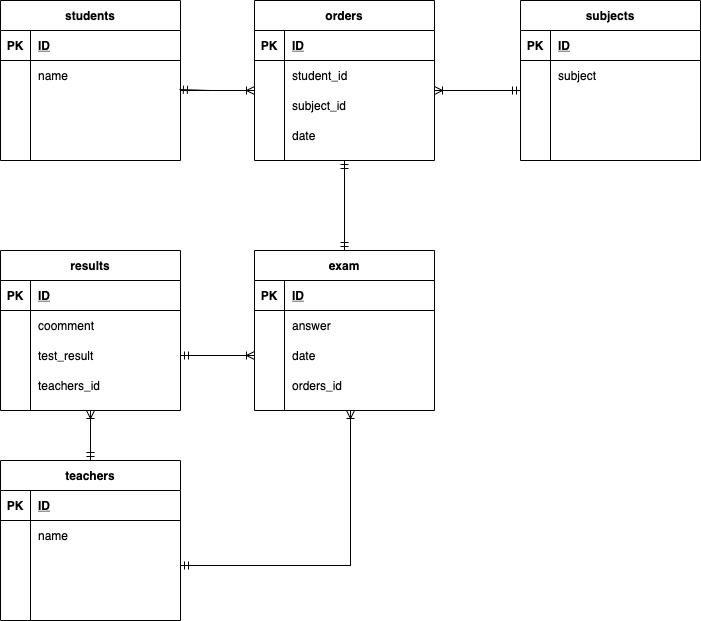
Above: index.drawio.png in sakakurahayato/2021-11-17 (draw.io), before the change. Source tidied: cells renumbered, new cells last; positions are measured from the earlier drawing's top-left corner, leaving out a move shared by most shapes.
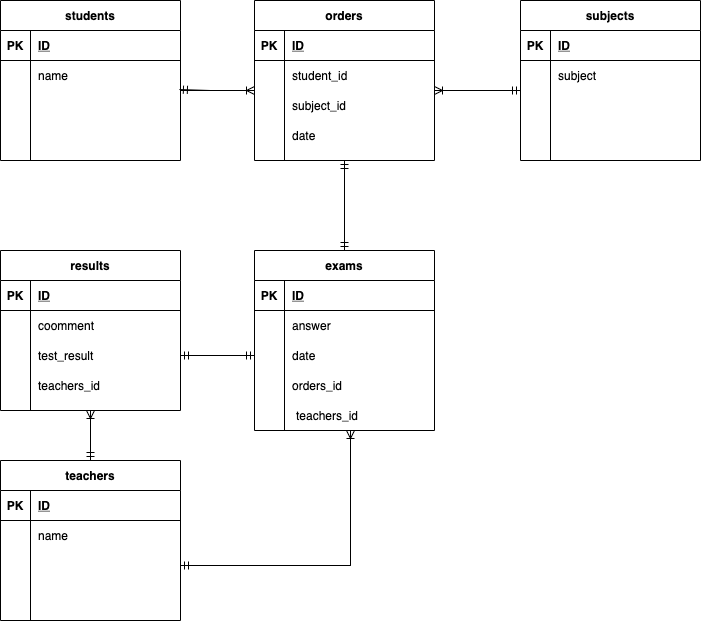
After the commit.

Commit message:
rire-tion

Diff of the diagram source:
```diff
@@ -80,8 +80,8 @@
     <mxCell id="27" value="teachers_id" style="shape=partialRectangle;fillColor=none;top=0;left=0;bottom=0;right=0;align=left;spacingLeft=6;overflow=hidden;" parent="25" vertex="1">
       <mxGeometry x="30" width="150" height="30" as="geometry" />
     </mxCell>
-    <mxCell id="28" value="exam" style="shape=table;startSize=30;rowLines=0;fontStyle=1;align=center;" parent="1" vertex="1">
-      <mxGeometry x="254" y="250" width="180" height="160" as="geometry" />
+    <mxCell id="28" value="exams" style="shape=table;startSize=30;rowLines=0;fontStyle=1;align=center;" parent="1" vertex="1">
+      <mxGeometry x="254" y="250" width="180" height="180" as="geometry" />
     </mxCell>
     <mxCell id="29" style="shape=partialRectangle;fillColor=none;top=0;left=0;bottom=1;right=0;" parent="28" vertex="1">
       <mxGeometry y="30" width="180" height="30" as="geometry" />
@@ -270,12 +270,12 @@
     </mxCell>
     <mxCell id="84" style="endArrow=ERoneToMany;html=1;rounded=0;exitX=1;exitY=0.5;exitDx=0;exitDy=0;endFill=0;edgeStyle=orthogonalEdgeStyle;" parent="1" edge="1" source="62">
       <mxGeometry relative="1" as="geometry">
-        <mxPoint x="350" y="410" as="targetPoint" />
+        <mxPoint x="350" y="430" as="targetPoint" />
       </mxGeometry>
     </mxCell>
     <mxCell id="85" style="endArrow=ERmandOne;html=1;rounded=0;entryX=1;entryY=0.5;entryDx=0;entryDy=0;endFill=0;edgeStyle=orthogonalEdgeStyle;" parent="1" edge="1" target="62">
       <mxGeometry relative="1" as="geometry">
-        <mxPoint x="350" y="410" as="sourcePoint" />
+        <mxPoint x="350" y="430" as="sourcePoint" />
       </mxGeometry>
     </mxCell>
     <mxCell id="86" style="endArrow=ERmandOne;html=1;rounded=0;endFill=0;entryX=0.994;entryY=-0.033;entryDx=0;entryDy=0;entryPerimeter=0;" parent="1" edge="1" target="9">
@@ -306,10 +306,13 @@
     <mxCell id="90" style="endArrow=ERmandOne;html=1;rounded=0;entryX=1;entryY=0.5;entryDx=0;entryDy=0;exitX=0;exitY=0.5;exitDx=0;exitDy=0;endFill=0;" parent="1" edge="1" source="35" target="22">
       <mxGeometry relative="1" as="geometry" />
     </mxCell>
-    <mxCell id="91" style="endArrow=ERoneToMany;html=1;rounded=0;entryX=0;entryY=0.5;entryDx=0;entryDy=0;endFill=0;" parent="1" edge="1" target="35">
+    <mxCell id="91" style="endArrow=ERmandOne;html=1;rounded=0;entryX=0;entryY=0.5;entryDx=0;entryDy=0;endFill=0;" parent="1" edge="1" target="35">
       <mxGeometry relative="1" as="geometry">
         <mxPoint x="180" y="355" as="sourcePoint" />
       </mxGeometry>
     </mxCell>
+    <mxCell id="92" value="teachers_id" style="shape=partialRectangle;fillColor=none;top=0;left=0;bottom=0;right=0;align=left;spacingLeft=6;overflow=hidden;" parent="1" vertex="1">
+      <mxGeometry x="288" y="400" width="146" height="30" as="geometry" />
+    </mxCell>
   </root>
 </mxGraphModel>
```
